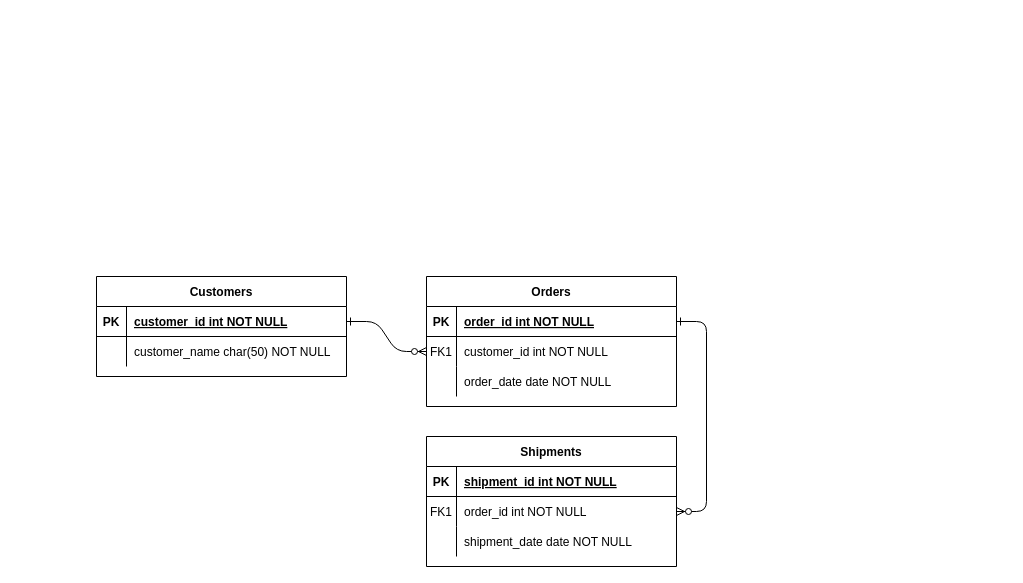
deliangc/hellogit keeps this draw.io diagram as 未命名绘图.drawio. Above is the earlier version. Source tidied: cells renumbered, new cells numbered last; positions are measured from the earlier drawing's top-left corner, leaving out a move shared by most shapes. Both pictures are drawn from the tidied source at 100%, with x=0, y=0 at pixel (96, 276).
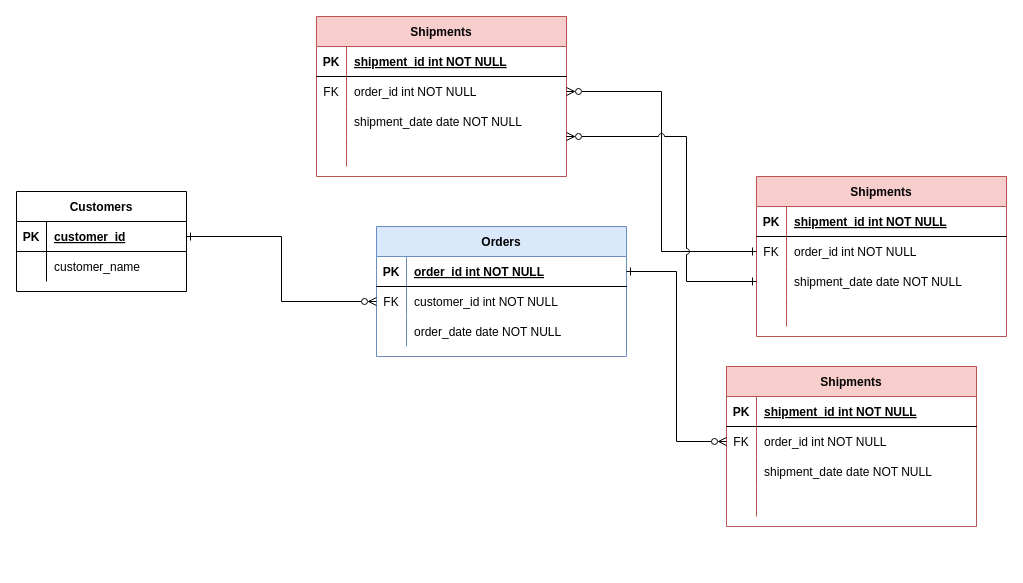
The same page after the edit.

Commit message:
更新未命名绘图.drawio

Unchanged cells that the change refers to:
```xml
<mxCell id="5" style="shape=partialRectangle;fillColor=none;points=[[0,0.5],[1,0.5]];portConstraint=eastwest;top=0;left=0;right=0;bottom=1;" parent="4" vertex="1">
  <mxGeometry y="30" width="250" height="30" as="geometry" />
</mxCell>
<mxCell id="8" style="shape=partialRectangle;fillColor=none;points=[[0,0.5],[1,0.5]];portConstraint=eastwest;top=0;left=0;right=0;bottom=0;" parent="4" vertex="1">
  <mxGeometry y="60" width="250" height="30" as="geometry" />
</mxCell>
<mxCell id="18" style="shape=partialRectangle;fillColor=none;points=[[0,0.5],[1,0.5]];portConstraint=eastwest;top=0;left=0;right=0;bottom=0;" parent="14" vertex="1">
  <mxGeometry y="60" width="250" height="30" as="geometry" />
</mxCell>
```

The edit, as a diff of the source:
```diff
@@
-    <mxCell id="2" style="edgeStyle=entityRelationEdgeStyle;endArrow=ERzeroToMany;startArrow=ERone;endFill=1;startFill=0;" parent="1" edge="1" source="25" target="8">
-      <mxGeometry relative="1" as="geometry" />
-    </mxCell>
-    <mxCell id="3" style="edgeStyle=entityRelationEdgeStyle;endArrow=ERzeroToMany;startArrow=ERone;endFill=1;startFill=0;" parent="1" edge="1" source="5" target="18">
-      <mxGeometry relative="1" as="geometry" />
-    </mxCell>
-    <mxCell id="4" value="Orders" style="shape=table;startSize=30;childLayout=tableLayout;rowLines=0;fontStyle=1;align=center;" parent="1" vertex="1">
-      <mxGeometry x="330" width="250" height="130" as="geometry" />
+    <mxCell id="4" value="Orders" style="shape=table;startSize=30;childLayout=tableLayout;rowLines=0;fontStyle=1;align=center;fillColor=#dae8fc;strokeColor=#6c8ebf;" parent="1" vertex="1">
+      <mxGeometry x="280" y="-50" width="250" height="130" as="geometry" />
     </mxCell>
@@
-    <mxCell id="9" value="FK1" style="shape=partialRectangle;overflow=hidden;fillColor=none;top=0;left=0;bottom=0;right=0;" parent="8" vertex="1">
+    <mxCell id="9" value="FK" style="shape=partialRectangle;overflow=hidden;fillColor=none;top=0;left=0;bottom=0;right=0;" parent="8" vertex="1">
       <mxGeometry width="30" height="30" as="geometry" />
     </mxCell>
@@
-    <mxCell id="14" value="Shipments" style="shape=table;startSize=30;childLayout=tableLayout;rowLines=0;fontStyle=1;align=center;" parent="1" vertex="1">
-      <mxGeometry x="330" y="160" width="250" height="130" as="geometry" />
+    <mxCell id="14" value="Shipments" style="shape=table;startSize=30;childLayout=tableLayout;rowLines=0;fontStyle=1;align=center;fillColor=#f8cecc;strokeColor=#b85450;" parent="1" vertex="1">
+      <mxGeometry x="630" y="90" width="250" height="160" as="geometry" />
     </mxCell>
@@
-    <mxCell id="19" value="FK1" style="shape=partialRectangle;overflow=hidden;fillColor=none;top=0;left=0;bottom=0;right=0;" parent="18" vertex="1">
+    <mxCell id="19" value="FK" style="shape=partialRectangle;overflow=hidden;fillColor=none;top=0;left=0;bottom=0;right=0;" parent="18" vertex="1">
       <mxGeometry width="30" height="30" as="geometry" />
     </mxCell>
@@
+    <mxCell id="31" style="shape=partialRectangle;fillColor=none;top=0;left=0;right=0;bottom=0;" parent="14" vertex="1">
+      <mxGeometry y="120" width="250" height="30" as="geometry" />
+    </mxCell>
+    <mxCell id="32" style="shape=partialRectangle;overflow=hidden;fillColor=none;top=0;left=0;bottom=0;right=0;" parent="31" vertex="1">
+      <mxGeometry width="30" height="30" as="geometry" />
+    </mxCell>
+    <mxCell id="33" style="shape=partialRectangle;overflow=hidden;fillColor=none;top=0;left=0;bottom=0;right=0;align=left;spacingLeft=6;" parent="31" vertex="1">
+      <mxGeometry x="30" width="220" height="30" as="geometry" />
+    </mxCell>
     <mxCell id="24" value="Customers" style="shape=table;startSize=30;childLayout=tableLayout;rowLines=0;fontStyle=1;align=center;" parent="1" vertex="1">
-      <mxGeometry width="250" height="100" as="geometry" />
+      <mxGeometry x="-80" y="-85" width="170" height="100" as="geometry" />
     </mxCell>
     <mxCell id="25" style="shape=partialRectangle;fillColor=none;points=[[0,0.5],[1,0.5]];portConstraint=eastwest;top=0;left=0;right=0;bottom=1;" parent="24" vertex="1">
-      <mxGeometry y="30" width="250" height="30" as="geometry" />
+      <mxGeometry y="30" width="170" height="30" as="geometry" />
     </mxCell>
@@
-    <mxCell id="27" value="customer_id int NOT NULL " style="shape=partialRectangle;overflow=hidden;fillColor=none;top=0;left=0;bottom=0;right=0;align=left;spacingLeft=6;fontStyle=5;" parent="25" vertex="1">
-      <mxGeometry x="30" width="220" height="30" as="geometry" />
+    <mxCell id="27" value="customer_id" style="shape=partialRectangle;overflow=hidden;fillColor=none;top=0;left=0;bottom=0;right=0;align=left;spacingLeft=6;fontStyle=5;" parent="25" vertex="1">
+      <mxGeometry x="30" width="140" height="30" as="geometry" />
     </mxCell>
     <mxCell id="28" style="shape=partialRectangle;fillColor=none;top=0;left=0;right=0;bottom=0;" parent="24" vertex="1">
-      <mxGeometry y="60" width="250" height="30" as="geometry" />
+      <mxGeometry y="60" width="170" height="30" as="geometry" />
     </mxCell>
@@
-    <mxCell id="30" value="customer_name char(50) NOT NULL" style="shape=partialRectangle;overflow=hidden;fillColor=none;top=0;left=0;bottom=0;right=0;align=left;spacingLeft=6;" parent="28" vertex="1">
-      <mxGeometry x="30" width="220" height="30" as="geometry" />
+    <mxCell id="30" value="customer_name" style="shape=partialRectangle;overflow=hidden;fillColor=none;top=0;left=0;bottom=0;right=0;align=left;spacingLeft=6;" parent="28" vertex="1">
+      <mxGeometry x="30" width="140" height="30" as="geometry" />
     </mxCell>
+    <mxCell id="34" style="edgeStyle=orthogonalEdgeStyle;rounded=0;jettySize=auto;html=1;exitX=0;exitY=0.5;exitDx=0;exitDy=0;entryX=1;entryY=0.5;entryDx=0;entryDy=0;startArrow=ERzeroToMany;startFill=0;endArrow=ERone;endFill=0;" parent="1" edge="1" source="18" target="5">
+      <mxGeometry relative="1" as="geometry" />
+    </mxCell>
+    <mxCell id="35" style="edgeStyle=orthogonalEdgeStyle;shape=connector;rounded=0;jettySize=auto;html=1;exitX=0;exitY=0.5;exitDx=0;exitDy=0;entryX=1;entryY=0.5;entryDx=0;entryDy=0;labelBackgroundColor=default;strokeColor=default;align=center;verticalAlign=middle;fontFamily=Helvetica;fontSize=11;fontColor=default;startArrow=ERzeroToMany;startFill=0;endArrow=ERone;endFill=0;" parent="1" edge="1" source="8" target="25">
+      <mxGeometry relative="1" as="geometry" />
+    </mxCell>
+    <mxCell id="36" value="Shipments" style="shape=table;startSize=30;childLayout=tableLayout;rowLines=0;fontStyle=1;align=center;fillColor=#f8cecc;strokeColor=#b85450;" parent="1" vertex="1">
+      <mxGeometry x="220" y="-260" width="250" height="160" as="geometry" />
+    </mxCell>
+    <mxCell id="37" style="shape=partialRectangle;fillColor=none;top=0;left=0;right=0;bottom=1;" parent="36" vertex="1">
+      <mxGeometry y="30" width="250" height="30" as="geometry" />
+    </mxCell>
+    <mxCell id="38" value="PK" style="shape=partialRectangle;overflow=hidden;fillColor=none;top=0;left=0;bottom=0;right=0;fontStyle=1;" parent="37" vertex="1">
+      <mxGeometry width="30" height="30" as="geometry" />
+    </mxCell>
+    <mxCell id="39" value="shipment_id int NOT NULL " style="shape=partialRectangle;overflow=hidden;fillColor=none;top=0;left=0;bottom=0;right=0;align=left;spacingLeft=6;fontStyle=5;" parent="37" vertex="1">
+      <mxGeometry x="30" width="220" height="30" as="geometry" />
+    </mxCell>
+    <mxCell id="40" style="shape=partialRectangle;fillColor=none;points=[[0,0.5],[1,0.5]];portConstraint=eastwest;top=0;left=0;right=0;bottom=0;" parent="36" vertex="1">
+      <mxGeometry y="60" width="250" height="30" as="geometry" />
+    </mxCell>
+    <mxCell id="41" value="FK" style="shape=partialRectangle;overflow=hidden;fillColor=none;top=0;left=0;bottom=0;right=0;" parent="40" vertex="1">
+      <mxGeometry width="30" height="30" as="geometry" />
+    </mxCell>
+    <mxCell id="42" value="order_id int NOT NULL" style="shape=partialRectangle;overflow=hidden;fillColor=none;top=0;left=0;bottom=0;right=0;align=left;spacingLeft=6;" parent="40" vertex="1">
+      <mxGeometry x="30" width="220" height="30" as="geometry" />
+    </mxCell>
+    <mxCell id="43" style="shape=partialRectangle;fillColor=none;points=[[0,0.5],[1,0.5]];portConstraint=eastwest;top=0;left=0;right=0;bottom=0;" parent="36" vertex="1">
+      <mxGeometry y="90" width="250" height="30" as="geometry" />
+    </mxCell>
+    <mxCell id="44" style="shape=partialRectangle;overflow=hidden;fillColor=none;top=0;left=0;bottom=0;right=0;" parent="43" vertex="1">
+      <mxGeometry width="30" height="30" as="geometry" />
+    </mxCell>
+    <mxCell id="45" value="shipment_date date NOT NULL" style="shape=partialRectangle;overflow=hidden;fillColor=none;top=0;left=0;bottom=0;right=0;align=left;spacingLeft=6;" parent="43" vertex="1">
+      <mxGeometry x="30" width="220" height="30" as="geometry" />
+    </mxCell>
+    <mxCell id="46" style="shape=partialRectangle;fillColor=none;top=0;left=0;right=0;bottom=0;" parent="36" vertex="1">
+      <mxGeometry y="120" width="250" height="30" as="geometry" />
+    </mxCell>
+    <mxCell id="47" style="shape=partialRectangle;overflow=hidden;fillColor=none;top=0;left=0;bottom=0;right=0;" parent="46" vertex="1">
+      <mxGeometry width="30" height="30" as="geometry" />
+    </mxCell>
+    <mxCell id="48" style="shape=partialRectangle;overflow=hidden;fillColor=none;top=0;left=0;bottom=0;right=0;align=left;spacingLeft=6;" parent="46" vertex="1">
+      <mxGeometry x="30" width="220" height="30" as="geometry" />
+    </mxCell>
+    <mxCell id="49" value="Shipments" style="shape=table;startSize=30;childLayout=tableLayout;rowLines=0;fontStyle=1;align=center;fillColor=#f8cecc;strokeColor=#b85450;" parent="1" vertex="1">
+      <mxGeometry x="660" y="-100" width="250" height="160" as="geometry" />
+    </mxCell>
+    <mxCell id="50" style="shape=partialRectangle;fillColor=none;top=0;left=0;right=0;bottom=1;" parent="49" vertex="1">
+      <mxGeometry y="30" width="250" height="30" as="geometry" />
+    </mxCell>
+    <mxCell id="51" value="PK" style="shape=partialRectangle;overflow=hidden;fillColor=none;top=0;left=0;bottom=0;right=0;fontStyle=1;" parent="50" vertex="1">
+      <mxGeometry width="30" height="30" as="geometry" />
+    </mxCell>
+    <mxCell id="52" value="shipment_id int NOT NULL " style="shape=partialRectangle;overflow=hidden;fillColor=none;top=0;left=0;bottom=0;right=0;align=left;spacingLeft=6;fontStyle=5;" parent="50" vertex="1">
+      <mxGeometry x="30" width="220" height="30" as="geometry" />
+    </mxCell>
+    <mxCell id="53" style="shape=partialRectangle;fillColor=none;points=[[0,0.5],[1,0.5]];portConstraint=eastwest;top=0;left=0;right=0;bottom=0;" parent="49" vertex="1">
+      <mxGeometry y="60" width="250" height="30" as="geometry" />
+    </mxCell>
+    <mxCell id="54" value="FK" style="shape=partialRectangle;overflow=hidden;fillColor=none;top=0;left=0;bottom=0;right=0;" parent="53" vertex="1">
+      <mxGeometry width="30" height="30" as="geometry" />
+    </mxCell>
+    <mxCell id="55" value="order_id int NOT NULL" style="shape=partialRectangle;overflow=hidden;fillColor=none;top=0;left=0;bottom=0;right=0;align=left;spacingLeft=6;" parent="53" vertex="1">
+      <mxGeometry x="30" width="220" height="30" as="geometry" />
+    </mxCell>
+    <mxCell id="56" style="shape=partialRectangle;fillColor=none;points=[[0,0.5],[1,0.5]];portConstraint=eastwest;top=0;left=0;right=0;bottom=0;" parent="49" vertex="1">
+      <mxGeometry y="90" width="250" height="30" as="geometry" />
+    </mxCell>
+    <mxCell id="57" style="shape=partialRectangle;overflow=hidden;fillColor=none;top=0;left=0;bottom=0;right=0;" parent="56" vertex="1">
+      <mxGeometry width="30" height="30" as="geometry" />
+    </mxCell>
+    <mxCell id="58" value="shipment_date date NOT NULL" style="shape=partialRectangle;overflow=hidden;fillColor=none;top=0;left=0;bottom=0;right=0;align=left;spacingLeft=6;" parent="56" vertex="1">
+      <mxGeometry x="30" width="220" height="30" as="geometry" />
+    </mxCell>
+    <mxCell id="59" style="shape=partialRectangle;fillColor=none;top=0;left=0;right=0;bottom=0;" parent="49" vertex="1">
+      <mxGeometry y="120" width="250" height="30" as="geometry" />
+    </mxCell>
+    <mxCell id="60" style="shape=partialRectangle;overflow=hidden;fillColor=none;top=0;left=0;bottom=0;right=0;" parent="59" vertex="1">
+      <mxGeometry width="30" height="30" as="geometry" />
+    </mxCell>
+    <mxCell id="61" style="shape=partialRectangle;overflow=hidden;fillColor=none;top=0;left=0;bottom=0;right=0;align=left;spacingLeft=6;" parent="59" vertex="1">
+      <mxGeometry x="30" width="220" height="30" as="geometry" />
+    </mxCell>
+    <mxCell id="62" style="edgeStyle=orthogonalEdgeStyle;shape=connector;rounded=0;jettySize=auto;html=1;entryX=0;entryY=0.5;entryDx=0;entryDy=0;labelBackgroundColor=default;strokeColor=default;align=center;verticalAlign=middle;fontFamily=Helvetica;fontSize=11;fontColor=default;startArrow=ERzeroToMany;startFill=0;endArrow=ERone;endFill=0;jumpStyle=arc;" parent="1" edge="1" source="40" target="53">
+      <mxGeometry relative="1" as="geometry" />
+    </mxCell>
+    <mxCell id="63" style="edgeStyle=orthogonalEdgeStyle;shape=connector;rounded=0;jumpStyle=arc;jettySize=auto;html=1;entryX=0;entryY=0.5;entryDx=0;entryDy=0;labelBackgroundColor=default;strokeColor=default;align=center;verticalAlign=middle;fontFamily=Helvetica;fontSize=11;fontColor=default;startArrow=ERzeroToMany;startFill=0;endArrow=ERone;endFill=0;" parent="1" edge="1" source="43" target="56">
+      <mxGeometry relative="1" as="geometry">
+        <Array as="points">
+          <mxPoint x="590" y="-140" />
+          <mxPoint x="590" y="5" />
+        </Array>
+      </mxGeometry>
+    </mxCell>
```
